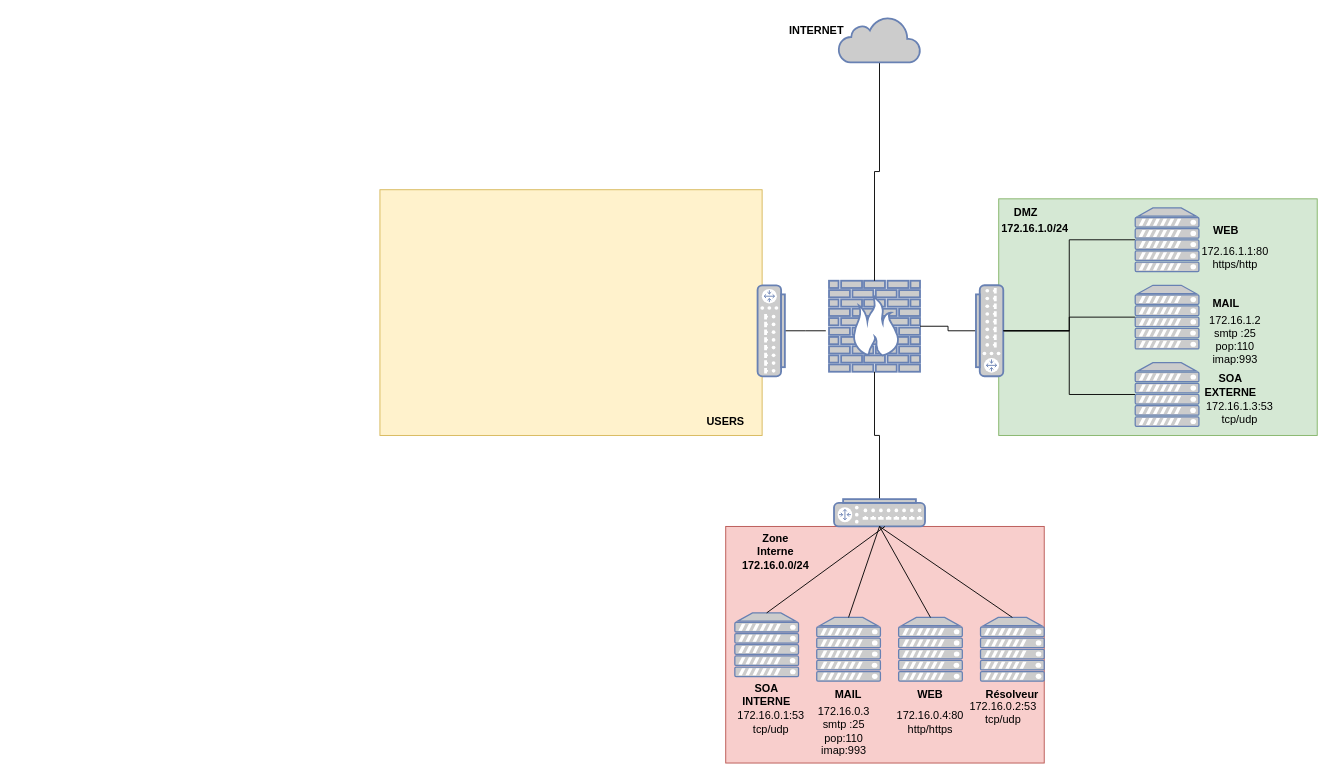
Before: Diagramme sans nom.drawio in TomJcb11/Admin-II-Projet, a draw.io diagram. Source tidied: cells renumbered, new cells numbered last; positions are measured from the earlier drawing's top-left corner, leaving out a move shared by most shapes. Both pictures are drawn from the tidied source at 91%, with x=0, y=0 at pixel (379, 16).
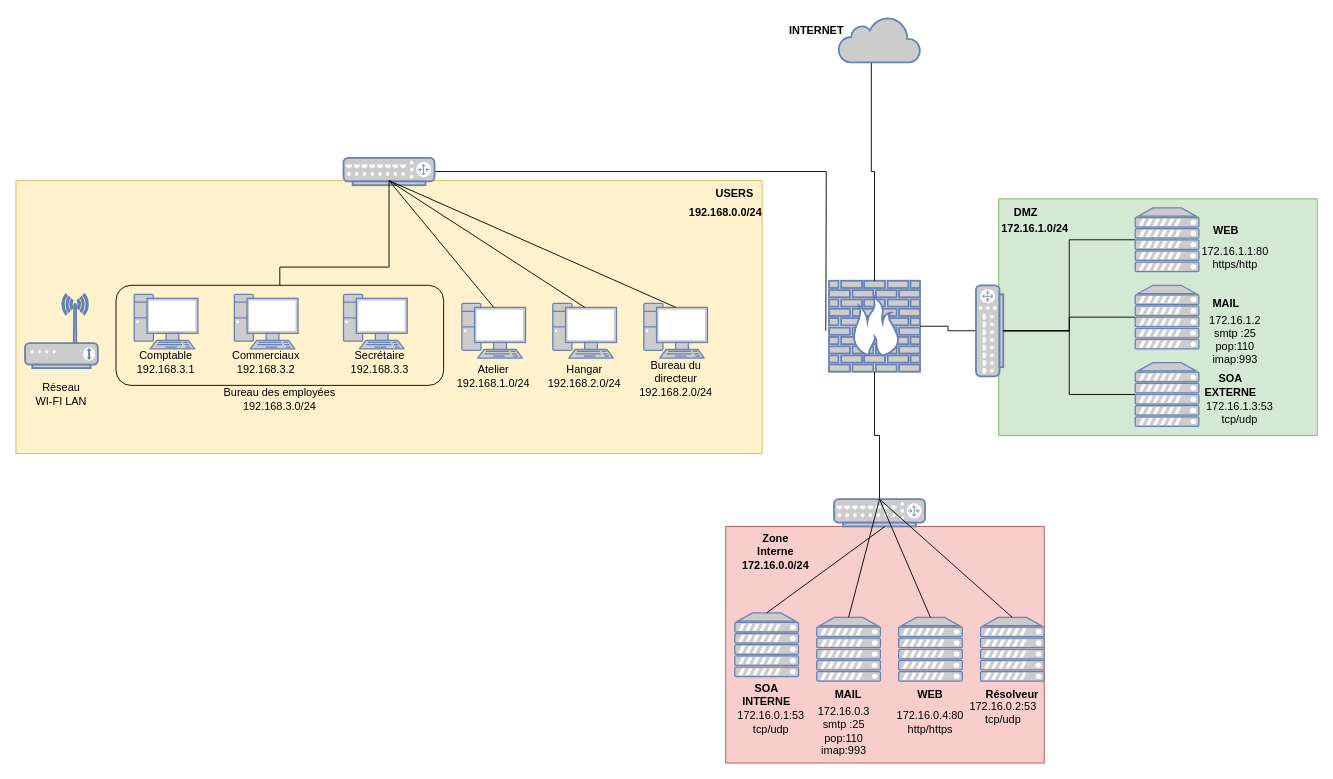
After the change.

Commit message (it also covers changes not shown here):
Mettre à jour Diagramme sans nom.drawio

The change refers to these unchanged cells:
```xml
<mxCell id="5" style="fontColor=#0066CC;verticalAlign=top;verticalLabelPosition=bottom;labelPosition=center;align=center;html=1;outlineConnect=0;fillColor=#CCCCCC;strokeColor=#6881B3;gradientColor=none;gradientDirection=north;strokeWidth=2;shape=mxgraph.networks.firewall;" parent="1" vertex="1">
  <mxGeometry x="493.5" y="290" width="100" height="100" as="geometry" />
</mxCell>
<mxCell id="10" style="html=1;outlineConnect=0;fillColor=#CCCCCC;strokeColor=#6881B3;gradientColor=none;gradientDirection=north;strokeWidth=2;shape=mxgraph.networks.cloud;fontColor=#ffffff;" parent="1" vertex="1">
  <mxGeometry x="504" width="90" height="50" as="geometry" />
</mxCell>
<mxCell id="39" style="fontColor=#0066CC;verticalAlign=top;verticalLabelPosition=bottom;labelPosition=center;align=center;html=1;outlineConnect=0;fillColor=#CCCCCC;strokeColor=#6881B3;gradientColor=none;gradientDirection=north;strokeWidth=2;shape=mxgraph.networks.server;" parent="1" vertex="1">
  <mxGeometry x="830" y="295" width="70" height="70" as="geometry" />
</mxCell>
```

What changed in the source:
```diff
@@
     <mxCell id="2" style="rounded=0;whiteSpace=wrap;html=1;fillColor=#fff2cc;strokeColor=#d6b656;" parent="1" vertex="1">
-      <mxGeometry y="190" width="420" height="270" as="geometry" />
+      <mxGeometry x="-400" y="180" width="820" height="300" as="geometry" />
     </mxCell>
@@
     <mxCell id="7" value="&lt;b&gt;USERS&lt;/b&gt;" style="text;strokeColor=none;align=center;fillColor=none;html=1;verticalAlign=middle;whiteSpace=wrap;rounded=0;" parent="1" vertex="1">
-      <mxGeometry x="350" y="430" width="60" height="30" as="geometry" />
+      <mxGeometry x="360" y="180" width="60" height="30" as="geometry" />
     </mxCell>
@@
     <mxCell id="9" style="edgeStyle=orthogonalEdgeStyle;rounded=0;jettySize=auto;html=1;entryX=0.5;entryY=0;entryDx=0;entryDy=0;entryPerimeter=0;endArrow=none;endFill=0;" parent="1" edge="1" source="10" target="5">
-      <mxGeometry relative="1" as="geometry" />
+      <mxGeometry relative="1" as="geometry">
+        <Array as="points">
+          <mxPoint x="540" y="170" />
+          <mxPoint x="544" y="170" />
+        </Array>
+      </mxGeometry>
     </mxCell>
@@
-    <mxCell id="13" style="fontColor=#0066CC;verticalAlign=top;verticalLabelPosition=bottom;labelPosition=center;align=center;html=1;outlineConnect=0;fillColor=#CCCCCC;strokeColor=#6881B3;gradientColor=none;gradientDirection=north;strokeWidth=2;shape=mxgraph.networks.router;rotation=-90;" parent="1" vertex="1">
-      <mxGeometry x="380" y="330" width="100" height="30" as="geometry" />
+    <mxCell id="13" style="fontColor=#0066CC;verticalAlign=top;verticalLabelPosition=bottom;labelPosition=center;align=center;html=1;outlineConnect=0;fillColor=#CCCCCC;strokeColor=#6881B3;gradientColor=none;gradientDirection=north;strokeWidth=2;shape=mxgraph.networks.router;rotation=-90;direction=south;" parent="1" vertex="1">
+      <mxGeometry x="-5" y="120" width="30" height="100" as="geometry" />
     </mxCell>
@@
-    <mxCell id="16" style="fontColor=#0066CC;verticalAlign=top;verticalLabelPosition=bottom;labelPosition=center;align=center;html=1;outlineConnect=0;fillColor=#CCCCCC;strokeColor=#6881B3;gradientColor=none;gradientDirection=north;strokeWidth=2;shape=mxgraph.networks.router;rotation=90;" parent="1" vertex="1">
+    <mxCell id="16" style="fontColor=#0066CC;verticalAlign=top;verticalLabelPosition=bottom;labelPosition=center;align=center;html=1;outlineConnect=0;fillColor=#CCCCCC;strokeColor=#6881B3;gradientColor=none;gradientDirection=north;strokeWidth=2;shape=mxgraph.networks.router;rotation=90;direction=west;" parent="1" vertex="1">
       <mxGeometry x="620" y="330" width="100" height="30" as="geometry" />
     </mxCell>
@@
-    <mxCell id="18" style="fontColor=#0066CC;verticalAlign=top;verticalLabelPosition=bottom;labelPosition=center;align=center;html=1;outlineConnect=0;fillColor=#CCCCCC;strokeColor=#6881B3;gradientColor=none;gradientDirection=north;strokeWidth=2;shape=mxgraph.networks.router;rotation=-180;" parent="1" vertex="1">
+    <mxCell id="18" style="fontColor=#0066CC;verticalAlign=top;verticalLabelPosition=bottom;labelPosition=center;align=center;html=1;outlineConnect=0;fillColor=#CCCCCC;strokeColor=#6881B3;gradientColor=none;gradientDirection=north;strokeWidth=2;shape=mxgraph.networks.router;rotation=-180;direction=west;" parent="1" vertex="1">
       <mxGeometry x="499" y="530" width="100" height="30" as="geometry" />
     </mxCell>
@@
-    <mxCell id="38" style="edgeStyle=orthogonalEdgeStyle;rounded=0;jettySize=auto;html=1;exitX=0;exitY=0.5;exitDx=0;exitDy=0;exitPerimeter=0;entryX=0.5;entryY=0;entryDx=0;entryDy=0;entryPerimeter=0;endArrow=none;endFill=0;" parent="1" edge="1" source="39" target="16">
+    <mxCell id="38" style="edgeStyle=orthogonalEdgeStyle;rounded=0;jettySize=auto;html=1;exitX=0;exitY=0.5;exitDx=0;exitDy=0;exitPerimeter=0;endArrow=none;endFill=0;" parent="1" edge="1" source="39" target="16">
       <mxGeometry relative="1" as="geometry" />
     </mxCell>
@@
+    <mxCell id="47" value="&lt;b&gt;192.168.0.0/24&lt;/b&gt;" style="text;strokeColor=none;align=center;fillColor=none;html=1;verticalAlign=middle;whiteSpace=wrap;rounded=0;" parent="1" vertex="1">
+      <mxGeometry x="350" y="200" width="60" height="30" as="geometry" />
+    </mxCell>
+    <mxCell id="48" style="fontColor=#0066CC;verticalAlign=top;verticalLabelPosition=bottom;labelPosition=center;align=center;html=1;outlineConnect=0;fillColor=#CCCCCC;strokeColor=#6881B3;gradientColor=none;gradientDirection=north;strokeWidth=2;shape=mxgraph.networks.pc;" parent="1" vertex="1">
+      <mxGeometry x="90" y="315" width="70" height="60" as="geometry" />
+    </mxCell>
+    <mxCell id="49" style="fontColor=#0066CC;verticalAlign=top;verticalLabelPosition=bottom;labelPosition=center;align=center;html=1;outlineConnect=0;fillColor=#CCCCCC;strokeColor=#6881B3;gradientColor=none;gradientDirection=north;strokeWidth=2;shape=mxgraph.networks.pc;" parent="1" vertex="1">
+      <mxGeometry x="190" y="315" width="70" height="60" as="geometry" />
+    </mxCell>
+    <mxCell id="50" style="fontColor=#0066CC;verticalAlign=top;verticalLabelPosition=bottom;labelPosition=center;align=center;html=1;outlineConnect=0;fillColor=#CCCCCC;strokeColor=#6881B3;gradientColor=none;gradientDirection=north;strokeWidth=2;shape=mxgraph.networks.pc;" parent="1" vertex="1">
+      <mxGeometry x="290" y="315" width="70" height="60" as="geometry" />
+    </mxCell>
+    <mxCell id="51" value="Atelier&lt;br&gt;192.168.1.0/24" style="text;strokeColor=none;align=center;fillColor=none;html=1;verticalAlign=middle;whiteSpace=wrap;rounded=0;" parent="1" vertex="1">
+      <mxGeometry x="95" y="380" width="60" height="30" as="geometry" />
+    </mxCell>
+    <mxCell id="52" value="Hangar&lt;br&gt;192.168.2.0/24" style="text;strokeColor=none;align=center;fillColor=none;html=1;verticalAlign=middle;whiteSpace=wrap;rounded=0;" parent="1" vertex="1">
+      <mxGeometry x="195" y="380" width="60" height="30" as="geometry" />
+    </mxCell>
+    <mxCell id="53" value="Bureau du directeur&lt;br&gt;192.168.2.0/24" style="text;strokeColor=none;align=center;fillColor=none;html=1;verticalAlign=middle;whiteSpace=wrap;rounded=0;" parent="1" vertex="1">
+      <mxGeometry x="287.5" y="375" width="75" height="45" as="geometry" />
+    </mxCell>
+    <mxCell id="54" style="edgeStyle=orthogonalEdgeStyle;rounded=0;jettySize=auto;html=1;exitX=0.5;exitY=0;exitDx=0;exitDy=0;endArrow=none;endFill=0;" parent="1" edge="1" source="55" target="2">
+      <mxGeometry relative="1" as="geometry" />
+    </mxCell>
+    <mxCell id="55" style="rounded=1;whiteSpace=wrap;html=1;fillColor=none;" parent="1" vertex="1">
+      <mxGeometry x="-290" y="295" width="360" height="110" as="geometry" />
+    </mxCell>
+    <mxCell id="56" style="fontColor=#0066CC;verticalAlign=top;verticalLabelPosition=bottom;labelPosition=center;align=center;html=1;fillColor=#CCCCCC;strokeColor=#6881B3;gradientColor=none;gradientDirection=north;strokeWidth=2;shape=mxgraph.networks.pc;" parent="1" vertex="1">
+      <mxGeometry x="-270" y="305" width="70" height="60" as="geometry" />
+    </mxCell>
+    <mxCell id="57" style="fontColor=#0066CC;verticalAlign=top;verticalLabelPosition=bottom;labelPosition=center;align=center;html=1;fillColor=#CCCCCC;strokeColor=#6881B3;gradientColor=none;gradientDirection=north;strokeWidth=2;shape=mxgraph.networks.pc;" parent="1" vertex="1">
+      <mxGeometry x="-160" y="305" width="70" height="60" as="geometry" />
+    </mxCell>
+    <mxCell id="58" style="fontColor=#0066CC;verticalAlign=top;verticalLabelPosition=bottom;labelPosition=center;align=center;html=1;fillColor=#CCCCCC;strokeColor=#6881B3;gradientColor=none;gradientDirection=north;strokeWidth=2;shape=mxgraph.networks.pc;" parent="1" vertex="1">
+      <mxGeometry x="-40" y="305" width="70" height="60" as="geometry" />
+    </mxCell>
+    <mxCell id="59" value="Bureau des employées&lt;br&gt;192.168.3.0/24" style="text;strokeColor=none;align=center;fillColor=none;html=1;verticalAlign=middle;whiteSpace=wrap;rounded=0;" parent="1" vertex="1">
+      <mxGeometry x="-180" y="405" width="140" height="30" as="geometry" />
+    </mxCell>
+    <mxCell id="60" style="fontColor=#0066CC;verticalAlign=top;verticalLabelPosition=bottom;labelPosition=center;align=center;html=1;fillColor=#CCCCCC;strokeColor=#6881B3;gradientColor=none;gradientDirection=north;strokeWidth=2;shape=mxgraph.networks.wireless_modem;" parent="1" vertex="1">
+      <mxGeometry x="-390" y="305" width="80" height="81" as="geometry" />
+    </mxCell>
+    <mxCell id="61" value="Réseau WI-FI LAN" style="text;strokeColor=none;align=center;fillColor=none;html=1;verticalAlign=middle;whiteSpace=wrap;rounded=0;" parent="1" vertex="1">
+      <mxGeometry x="-380" y="400" width="60" height="30" as="geometry" />
+    </mxCell>
+    <mxCell id="62" value="Comptable&lt;br&gt;192.168.3.1" style="text;strokeColor=none;align=center;fillColor=none;html=1;verticalAlign=middle;whiteSpace=wrap;rounded=0;" parent="1" vertex="1">
+      <mxGeometry x="-265" y="365" width="60" height="30" as="geometry" />
+    </mxCell>
+    <mxCell id="63" value="Commerciaux&lt;br&gt;192.168.3.2" style="text;strokeColor=none;align=center;fillColor=none;html=1;verticalAlign=middle;whiteSpace=wrap;rounded=0;" parent="1" vertex="1">
+      <mxGeometry x="-155" y="365" width="60" height="30" as="geometry" />
+    </mxCell>
+    <mxCell id="64" value="Secrétaire&lt;br&gt;192.168.3.3" style="text;strokeColor=none;align=center;fillColor=none;html=1;verticalAlign=middle;whiteSpace=wrap;rounded=0;" parent="1" vertex="1">
+      <mxGeometry x="-30" y="365" width="60" height="30" as="geometry" />
+    </mxCell>
+    <mxCell id="65" style="endArrow=none;html=1;rounded=0;exitX=0.5;exitY=0;exitDx=0;exitDy=0;entryX=0.5;entryY=0.07;entryDx=0;entryDy=0;entryPerimeter=0;" parent="1" edge="1" source="2" target="48">
+      <mxGeometry relative="1" as="geometry" />
+    </mxCell>
+    <mxCell id="66" style="endArrow=none;html=1;rounded=0;exitX=0.5;exitY=0;exitDx=0;exitDy=0;entryX=0.5;entryY=0.07;entryDx=0;entryDy=0;entryPerimeter=0;" parent="1" edge="1" source="2" target="49">
+      <mxGeometry relative="1" as="geometry" />
+    </mxCell>
+    <mxCell id="67" style="endArrow=none;html=1;rounded=0;exitX=0.5;exitY=0;exitDx=0;exitDy=0;entryX=0.5;entryY=0.07;entryDx=0;entryDy=0;entryPerimeter=0;" parent="1" edge="1" source="2" target="50">
+      <mxGeometry relative="1" as="geometry" />
+    </mxCell>
```
